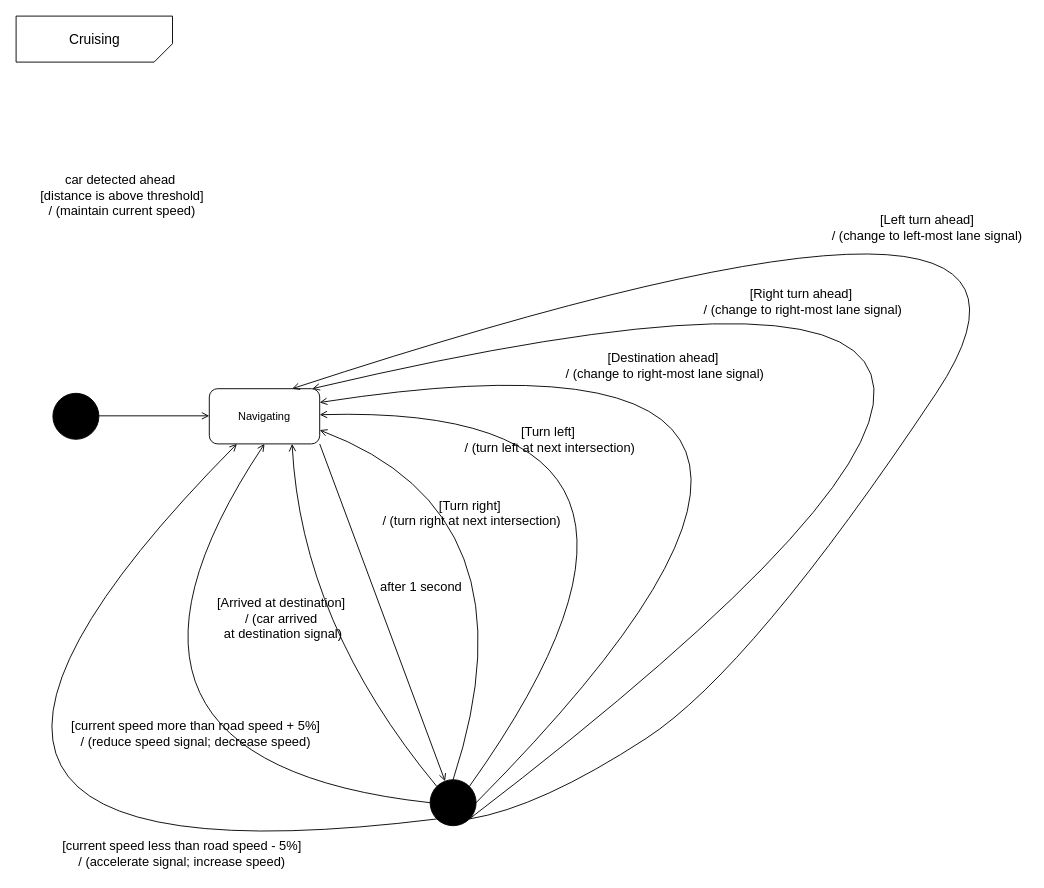
Before: page "cruising" (4 of 5) of state-diagram.drawio in gordonpn/soen331-assignment2, a draw.io diagram. Source tidied: cells renumbered, new cells numbered last; positions are measured from the earlier drawing's top-left corner, leaving out a move shared by most shapes. Both pictures are drawn from the tidied source at 92%, with x=0, y=0 at pixel (-214, 16).
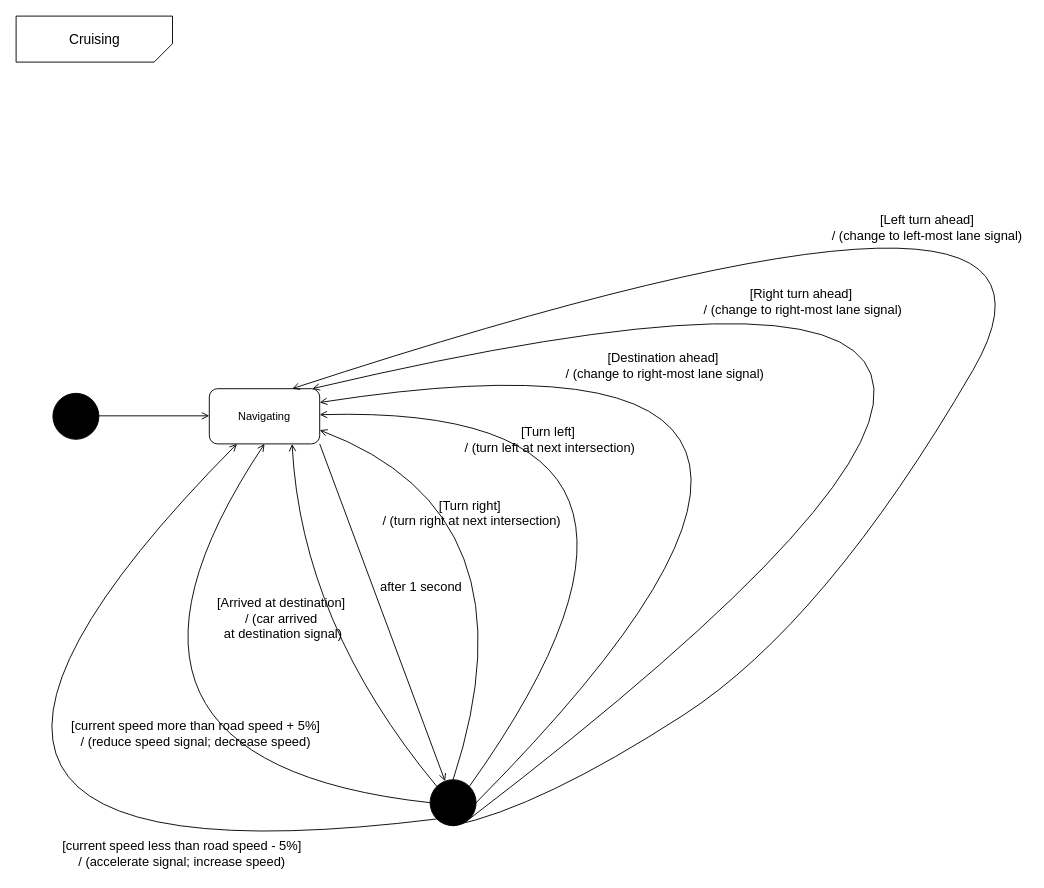
The same diagram, later.

The change refers to these unchanged cells:
```xml
<mxCell id="6" value="Navigating" style="rounded=1;whiteSpace=wrap;html=1;shadow=0;strokeColor=#000000;fillColor=#FFFFFF;align=center;" parent="1" vertex="1">
  <mxGeometry x="460" y="405" width="120" height="60" as="geometry" />
</mxCell>
<mxCell id="16" style="ellipse;whiteSpace=wrap;html=1;align=center;fillColor=#000000;" parent="1" vertex="1">
  <mxGeometry x="700" y="830" width="50" height="50" as="geometry" />
</mxCell>
```

Change to the diagram source:
```diff
@@
-    <mxCell id="9" value="&lt;font style=&quot;font-size: 14px&quot;&gt;car detected ahead&amp;nbsp;&lt;br&gt;[distance is above threshold] &lt;br&gt;/ (maintain current speed)&lt;/font&gt;" style="text;html=1;align=center;verticalAlign=middle;" parent="1" vertex="1">
-      <mxGeometry x="270" y="170" width="190" height="50" as="geometry" />
-    </mxCell>
@@
-    <mxCell id="25" style="curved=1;endArrow=open;html=1;exitX=1;exitY=1;exitDx=0;exitDy=0;endFill=0;entryX=0.75;entryY=0;entryDx=0;entryDy=0;" parent="1" edge="1" source="16" target="6">
+    <mxCell id="25" style="curved=1;endArrow=open;html=1;exitX=0.5;exitY=1;exitDx=0;exitDy=0;endFill=0;entryX=0.75;entryY=0;entryDx=0;entryDy=0;" parent="1" edge="1" source="16" target="6">
       <mxGeometry relative="1" as="geometry">
         <Array as="points">
           <mxPoint x="820" y="860" />
-          <mxPoint x="1050" y="710" />
+          <mxPoint x="1130" y="660" />
           <mxPoint x="1450" y="110" />
         </Array>
       </mxGeometry>
     </mxCell>
```
